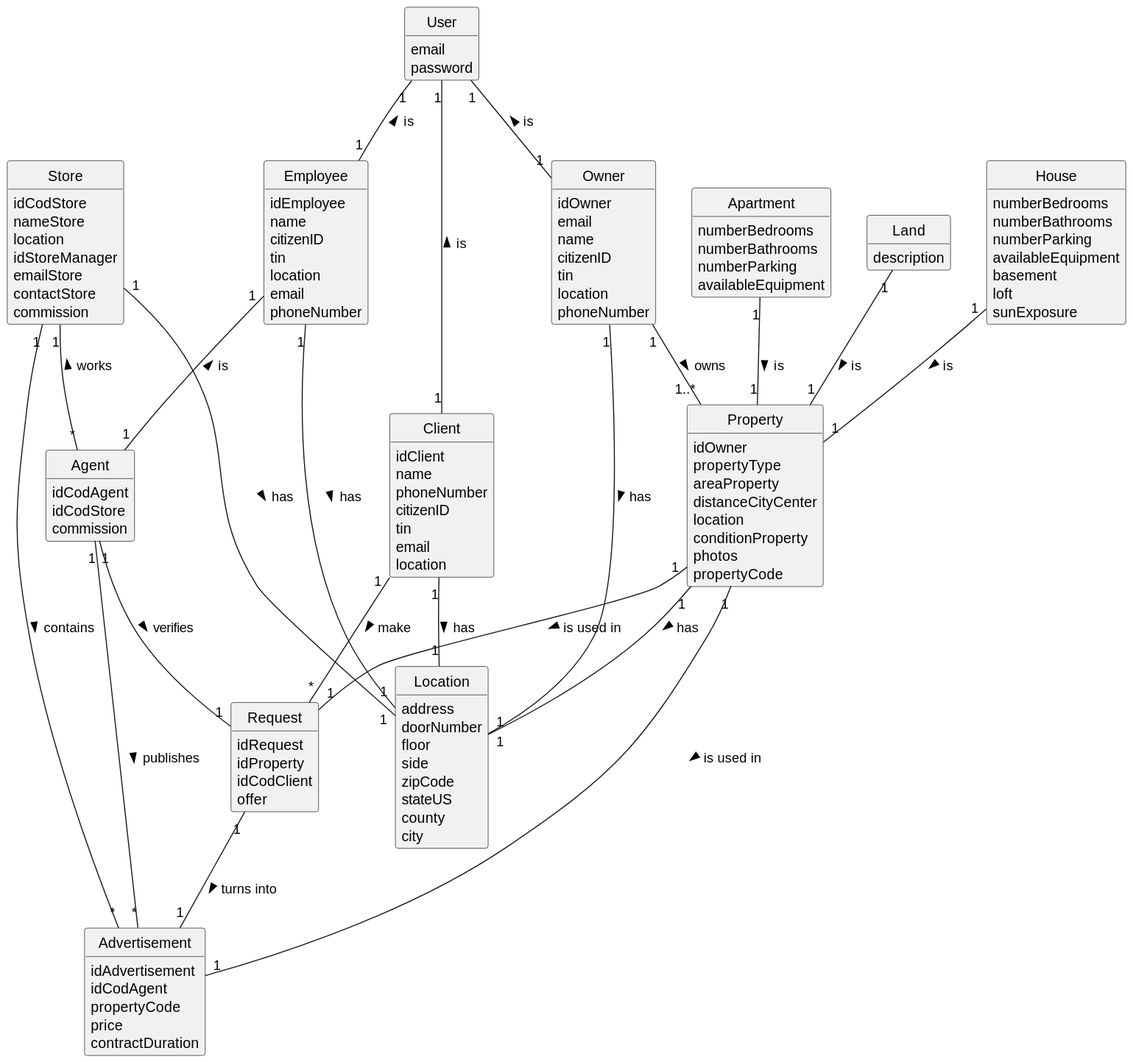
This is docs/sprintA/us002/02.analysis/svg/us002-domain-model.svg from PEDROMOREIRA45/lei-23-s2-1dg-g31, a PlantUML export, as it was before one commit.
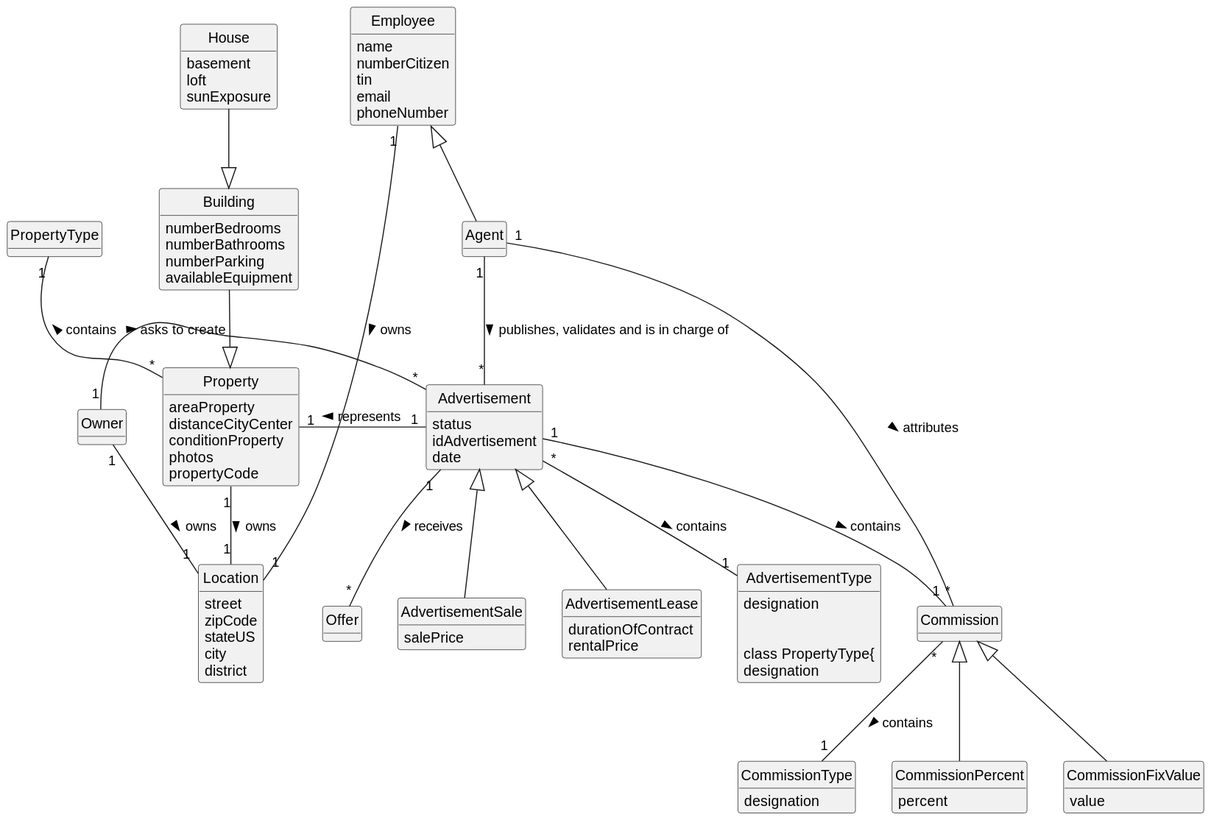
The same file after the commit.

What changed in the source:
```diff
@@ -8,135 +8,100 @@
 hide circle
 hide methods
 
-class Employee {
-    idEmployee
+class Employee{
     name
-    citizenID
+    numberCitizen
     tin
-    location
     email
     phoneNumber
 }
 
-class Client {
-    idClient
-    name
-    phoneNumber
-    citizenID
-    tin
-    email
-    location
+class Agent
+
+class Advertisement {
+    status
+    idAdvertisement
+    date
 }
 
-class Owner {
-    idOwner
-    email
-    name
-    citizenID
-    tin
-    location
-    phoneNumber
+class AdvertisementSale {
+    salePrice
 }
 
-class Agent {
-    idCodAgent
-    idCodStore
-    commission
+class AdvertisementLease {
+    durationOfContract
+    rentalPrice
+
 }
 
-class Advertisement {
-    idAdvertisement
-    idCodAgent
-    propertyCode
-    price
-    contractDuration
+class AdvertisementType {
+    designation
+
+
+class PropertyType{
+    designation
 }
 
-class Property {
-    idOwner
-    propertyType
+class Property{
     areaProperty
     distanceCityCenter
-    location
     conditionProperty
     photos
     propertyCode
 }
 
 class House {
-    numberBedrooms
-    numberBathrooms
-    numberParking
-    availableEquipment
     basement
     loft
     sunExposure
 }
 
-class Apartment {
+class Building{
     numberBedrooms
     numberBathrooms
     numberParking
     availableEquipment
 }
 
-class Land {
-    description
+class Location {
+    street
+    zipCode
+    stateUS
+    city
+    district
 }
 
-class Store {
-    idCodStore
-    nameStore
-    location
-    idStoreManager
-    emailStore
-    contactStore
-    commission
+class Commission
+
+class CommissionType{
+    designation
 }
-
-class Location {
-    address
-    doorNumber
-    floor
-    side
-    zipCode
-    stateUS
-    county
-    city
+class CommissionPercent{
+    percent
 }
-
-class Request {
-    idRequest
-    idProperty
-    idCodClient
-    offer
-}
-
-class User {
-    email
-    password
+class CommissionFixValue{
+    value
 }
 
 
-Agent "1" -- "1" Request: verifies >
-Agent "1" -- "*" Advertisement: publishes >
-Apartment "1" -- "1" Property: is >
-Client"1" -- "*" Request: make >
-Request "1" -- "1" Advertisement: turns into >
-Employee "1" -- "1" Location: has >
-Employee "1" -- "1" Agent: is <
-House "1" -- "1" Property: is >
-Land "1" -- "1"  Property: is >
-Property "1" -- "1" Location: has >
-Property "1" - "1" Advertisement: is used in >
-Property "1" - "1" Request: is used in >
-Store"1" -- "1"Location: has >
-Store "1" -- "*" Advertisement: contains >
-Store "1" -- "*" Agent: works <
-User "1" -- "1" Employee: is <
-User "1" -- "1" Owner: is <
-User "1" -- "1" Client: is <
-Client "1" -- "1" Location: has >
-Owner "1" -- "1..*" Property: owns >
-Owner "1" -- "1" Location: has >
+Agent "1" -- "*" Advertisement: publishes, validates and is in charge of >
+Agent "1" -- "*" Commission: attributes >
+Advertisement <|-- AdvertisementSale
+Advertisement <|-- AdvertisementLease
+Advertisement "*" -- "1" AdvertisementType: contains >
+Advertisement "1" -- "1" Commission: contains >
+Advertisement"1" -- "*"Offer: receives >
+Building --|> Property
+Commission <|-- CommissionFixValue
+Commission <|-- CommissionPercent
+Commission "*" -- "1" CommissionType: contains >
+Employee <|-- Agent
+Employee "1" -- "1" Location: owns >
+Owner "1" -- "1" Location: owns >
+Owner "1" - "*" Advertisement: asks to create >
+Property "1" - "1" Advertisement: represents <
+Property "1" -- "1" Location: owns >
+PropertyType "1" -- "*" Property: contains <
+House --|> Building
+
 @enduml
```
